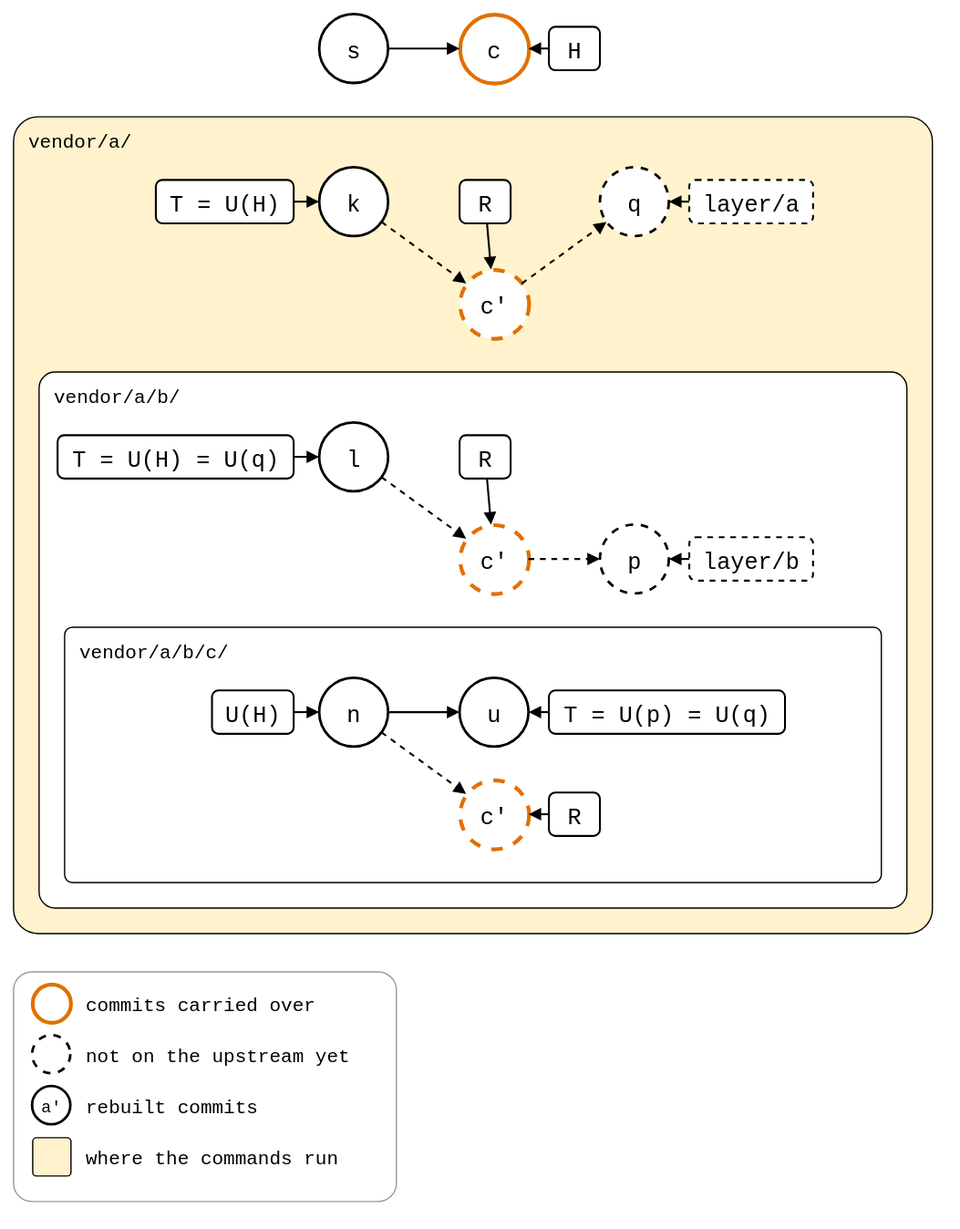
Earlier version of the draw.io export docs/09-scenarios/05-nested-splices/01-nested-splices/02-three-levels/levels-merged-into-a.drawio.svg (roschaefer/git-splice). Source tidied: cells renumbered, new cells last; positions are measured from the earlier drawing's top-left corner, leaving out a move shared by most shapes.
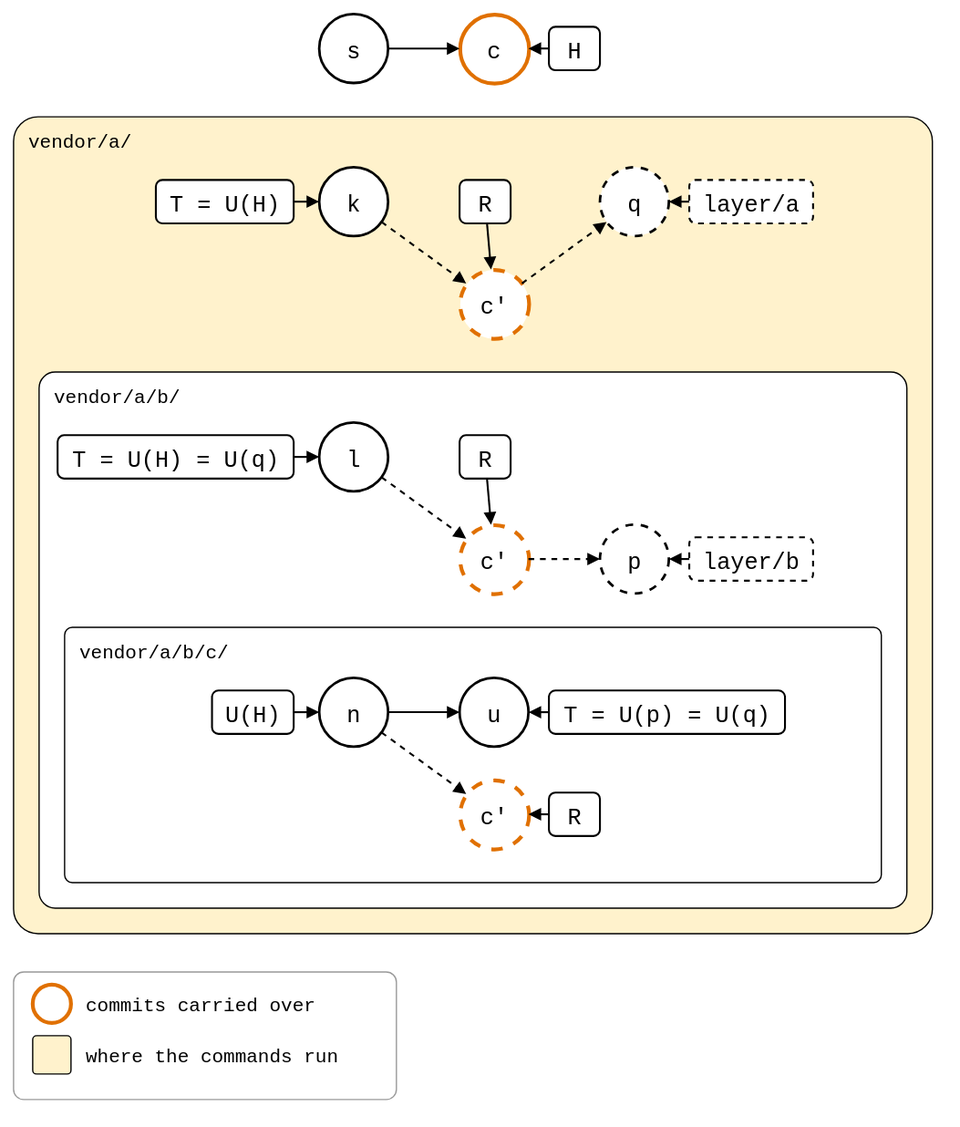
The same diagram one commit later.

Change to the diagram source:
```diff
@@ -126,7 +126,7 @@
       <mxGeometry relative="1" as="geometry" />
     </mxCell>
     <mxCell id="43" style="rounded=1;arcSize=8;fillColor=none;strokeColor=#999999;strokeWidth=1;legend=1;" parent="1" vertex="1">
-      <mxGeometry y="750" width="300" height="180" as="geometry" />
+      <mxGeometry y="750" width="300" height="100" as="geometry" />
     </mxCell>
     <mxCell id="44" style="ellipse;fontSize=13;fontFamily=Roboto Mono,monospace;strokeWidth=2;strokeColor=#E07000;strokeWidth=3;" parent="43" vertex="1">
       <mxGeometry x="15" y="10" width="30" height="30" as="geometry" />
@@ -134,23 +134,11 @@
     <mxCell id="45" value="commits carried over" style="text;align=left;verticalAlign=middle;fontSize=15;fontFamily=Roboto Mono,monospace;" parent="43" vertex="1">
       <mxGeometry x="55" y="10" width="240" height="30" as="geometry" />
     </mxCell>
-    <mxCell id="46" style="ellipse;fontSize=13;fontFamily=Roboto Mono,monospace;strokeWidth=2;dashed=1;" parent="43" vertex="1">
-      <mxGeometry x="15" y="50" width="30" height="30" as="geometry" />
-    </mxCell>
-    <mxCell id="47" value="not on the upstream yet" style="text;align=left;verticalAlign=middle;fontSize=15;fontFamily=Roboto Mono,monospace;" parent="43" vertex="1">
-      <mxGeometry x="55" y="50" width="240" height="30" as="geometry" />
-    </mxCell>
-    <mxCell id="48" value="a'" style="ellipse;fontSize=13;fontFamily=Roboto Mono,monospace;strokeWidth=2;" parent="43" vertex="1">
-      <mxGeometry x="15" y="90" width="30" height="30" as="geometry" />
-    </mxCell>
-    <mxCell id="49" value="rebuilt commits" style="text;align=left;verticalAlign=middle;fontSize=15;fontFamily=Roboto Mono,monospace;" parent="43" vertex="1">
-      <mxGeometry x="55" y="90" width="240" height="30" as="geometry" />
-    </mxCell>
     <mxCell id="50" style="rounded=1;arcSize=10;strokeWidth=1;fillColor=#FFF2CC;" parent="43" vertex="1">
-      <mxGeometry x="15" y="130" width="30" height="30" as="geometry" />
+      <mxGeometry x="15" y="50" width="30" height="30" as="geometry" />
     </mxCell>
     <mxCell id="51" value="where the commands run" style="text;align=left;verticalAlign=middle;fontSize=15;fontFamily=Roboto Mono,monospace;" parent="43" vertex="1">
-      <mxGeometry x="55" y="130" width="240" height="30" as="geometry" />
+      <mxGeometry x="55" y="50" width="240" height="30" as="geometry" />
     </mxCell>
   </root>
 </mxGraphModel>
```
